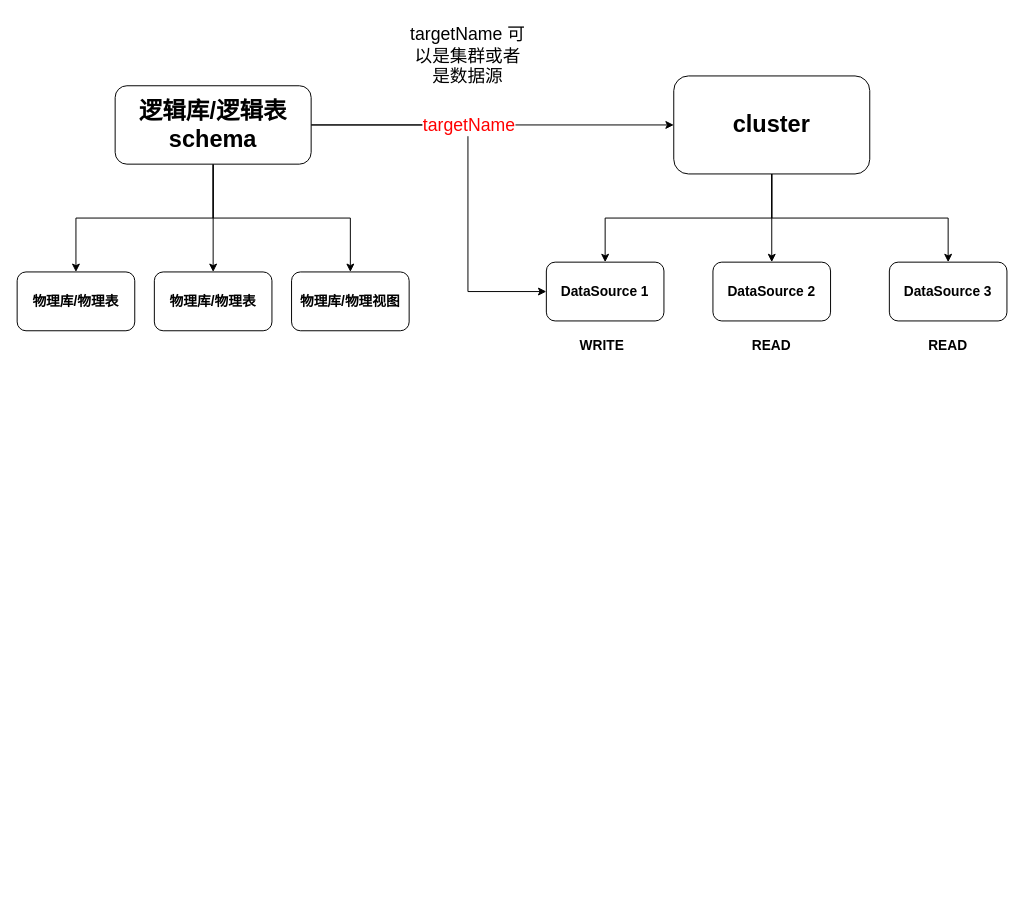
Above: DevX/mycat.drawio in GitHeP/diagrams (draw.io), before the change. Source tidied: cells renumbered, new cells numbered last; positions are measured from the earlier drawing's top-left corner, leaving out a move shared by most shapes. Both pictures are drawn from the tidied source at 98%, with x=0, y=0 at pixel (17, 17).
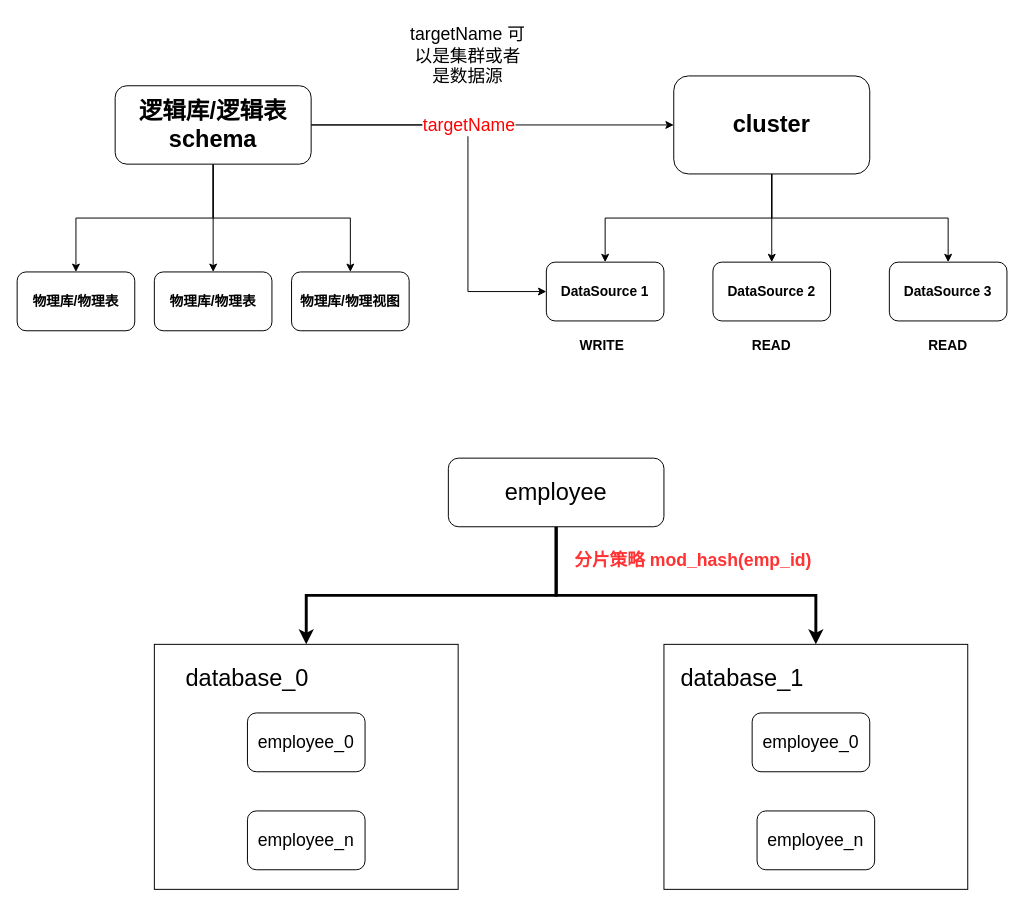
Above is the later version.

The edit, as a diff of the source:
```diff
@@
+    <mxCell id="23" style="edgeStyle=orthogonalEdgeStyle;rounded=0;jettySize=auto;html=1;exitX=0.5;exitY=1;exitDx=0;exitDy=0;strokeWidth=3;" parent="1" edge="1" source="25" target="26">
+      <mxGeometry relative="1" as="geometry">
+        <Array as="points">
+          <mxPoint x="550" y="590" />
+          <mxPoint x="295" y="590" />
+        </Array>
+      </mxGeometry>
+    </mxCell>
+    <mxCell id="24" style="edgeStyle=orthogonalEdgeStyle;rounded=0;jettySize=auto;html=1;exitX=0.5;exitY=1;exitDx=0;exitDy=0;strokeWidth=3;" parent="1" edge="1" source="25" target="30">
+      <mxGeometry relative="1" as="geometry">
+        <Array as="points">
+          <mxPoint x="550" y="590" />
+          <mxPoint x="815" y="590" />
+        </Array>
+      </mxGeometry>
+    </mxCell>
+    <mxCell id="25" value="&lt;font style=&quot;font-size: 24px;&quot;&gt;employee&lt;/font&gt;" style="rounded=1;whiteSpace=wrap;html=1;" parent="1" vertex="1">
+      <mxGeometry x="440" y="450" width="220" height="70" as="geometry" />
+    </mxCell>
+    <mxCell id="26" style="rounded=0;whiteSpace=wrap;html=1;" parent="1" vertex="1">
+      <mxGeometry x="140" y="640" width="310" height="250" as="geometry" />
+    </mxCell>
+    <mxCell id="27" value="&lt;font style=&quot;font-size: 24px;&quot;&gt;database_0&lt;/font&gt;" style="text;html=1;strokeColor=none;fillColor=none;align=center;verticalAlign=middle;whiteSpace=wrap;rounded=0;" parent="1" vertex="1">
+      <mxGeometry x="160" y="660" width="150" height="30" as="geometry" />
+    </mxCell>
+    <mxCell id="28" value="&lt;font style=&quot;font-size: 18px;&quot;&gt;employee_0&lt;/font&gt;" style="rounded=1;whiteSpace=wrap;html=1;" parent="1" vertex="1">
+      <mxGeometry x="235" y="710" width="120" height="60" as="geometry" />
+    </mxCell>
+    <mxCell id="29" value="&lt;font style=&quot;font-size: 18px;&quot;&gt;employee_n&lt;/font&gt;" style="rounded=1;whiteSpace=wrap;html=1;" parent="1" vertex="1">
+      <mxGeometry x="235" y="810" width="120" height="60" as="geometry" />
+    </mxCell>
+    <mxCell id="30" style="rounded=0;whiteSpace=wrap;html=1;" parent="1" vertex="1">
+      <mxGeometry x="660" y="640" width="310" height="250" as="geometry" />
+    </mxCell>
+    <mxCell id="31" value="&lt;font style=&quot;font-size: 24px;&quot;&gt;database_1&lt;/font&gt;" style="text;html=1;strokeColor=none;fillColor=none;align=center;verticalAlign=middle;whiteSpace=wrap;rounded=0;" parent="1" vertex="1">
+      <mxGeometry x="670" y="660" width="140" height="30" as="geometry" />
+    </mxCell>
+    <mxCell id="32" value="&lt;font style=&quot;font-size: 18px;&quot;&gt;employee_0&lt;/font&gt;" style="rounded=1;whiteSpace=wrap;html=1;" parent="1" vertex="1">
+      <mxGeometry x="750" y="710" width="120" height="60" as="geometry" />
+    </mxCell>
+    <mxCell id="33" value="&lt;font style=&quot;font-size: 18px;&quot;&gt;employee_n&lt;/font&gt;" style="rounded=1;whiteSpace=wrap;html=1;" parent="1" vertex="1">
+      <mxGeometry x="755" y="810" width="120" height="60" as="geometry" />
+    </mxCell>
+    <mxCell id="34" value="&lt;b&gt;&lt;font style=&quot;font-size: 18px;&quot; color=&quot;#ff3333&quot;&gt;分片策略 mod_hash(emp_id)&lt;/font&gt;&lt;/b&gt;" style="text;html=1;strokeColor=none;fillColor=none;align=center;verticalAlign=middle;whiteSpace=wrap;rounded=0;" parent="1" vertex="1">
+      <mxGeometry x="550" y="540" width="280" height="30" as="geometry" />
+    </mxCell>
```
